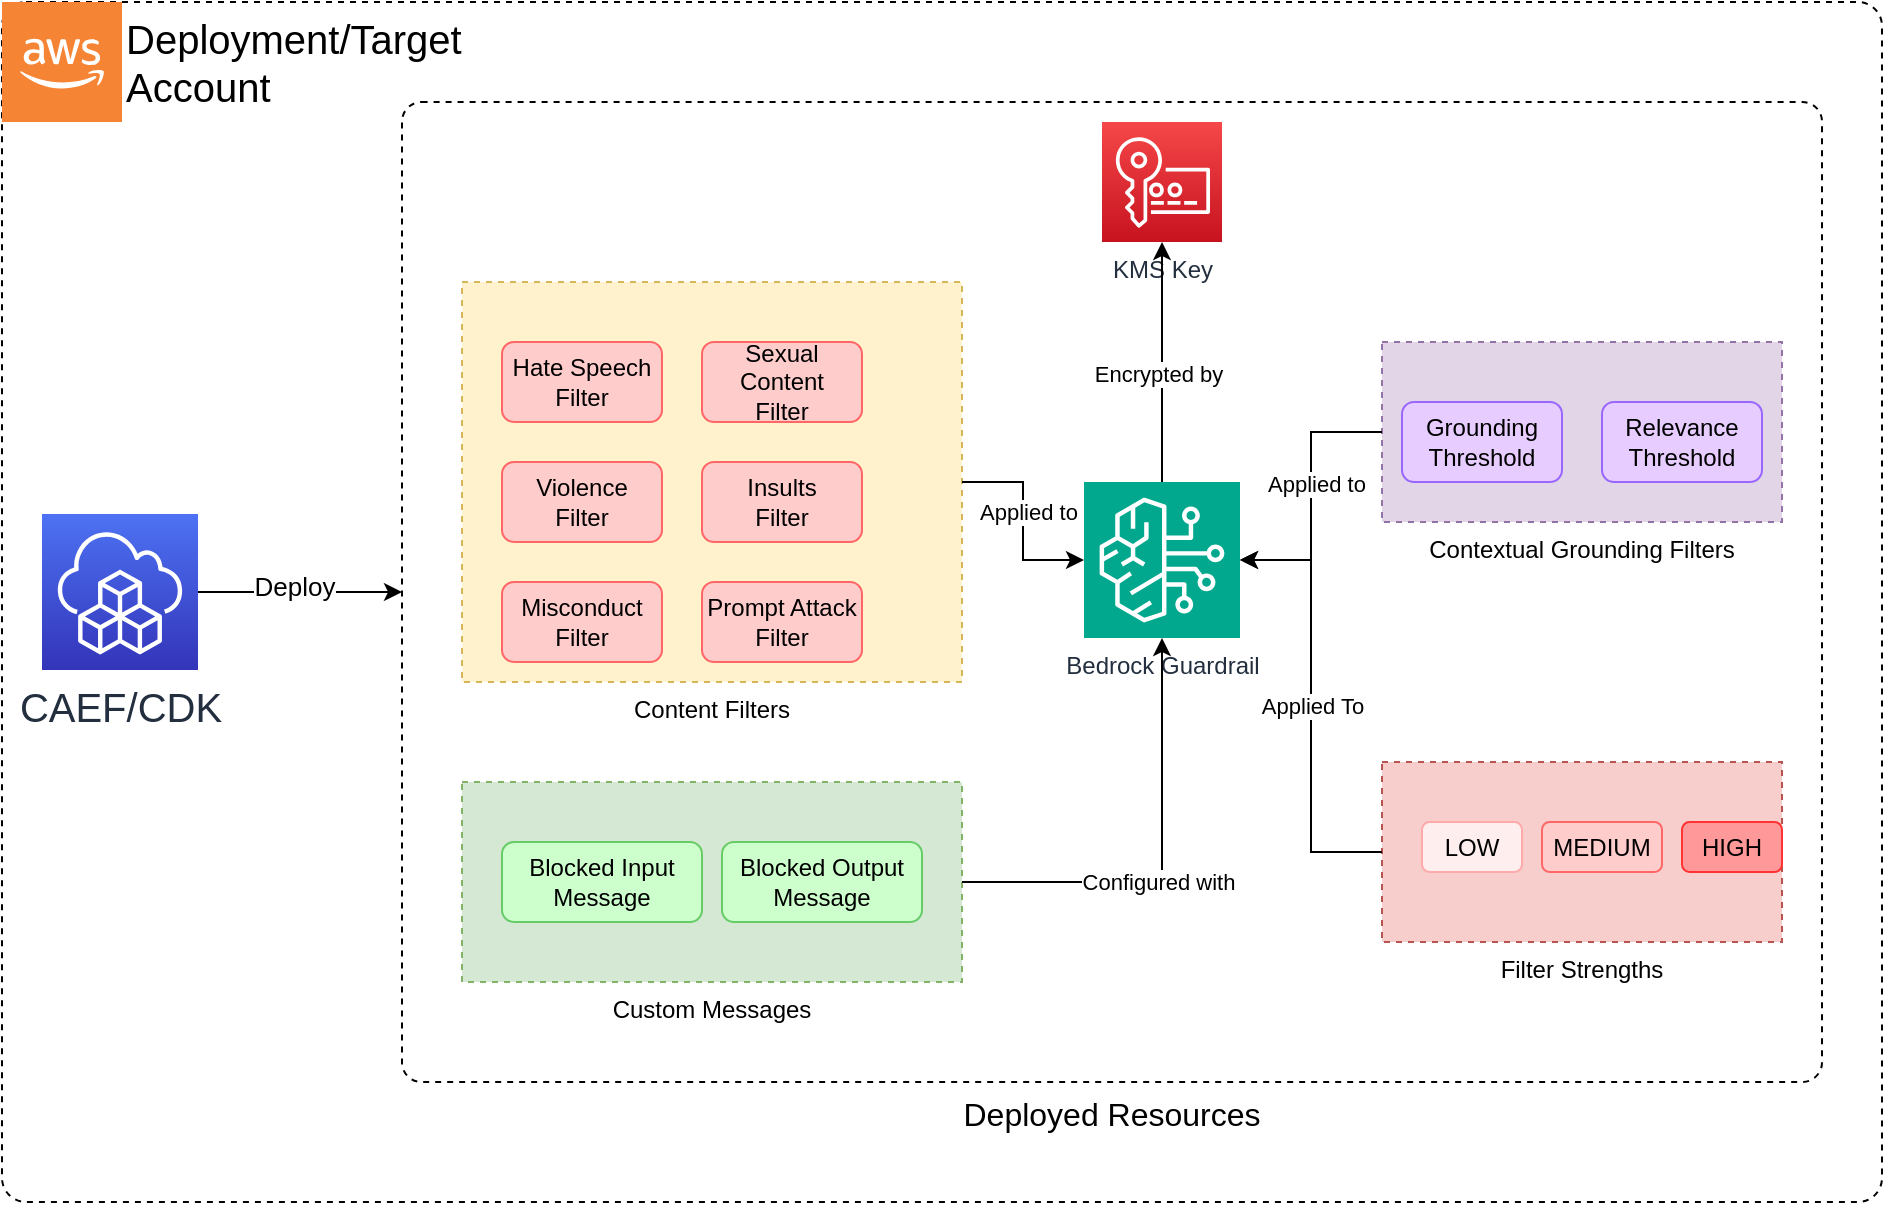
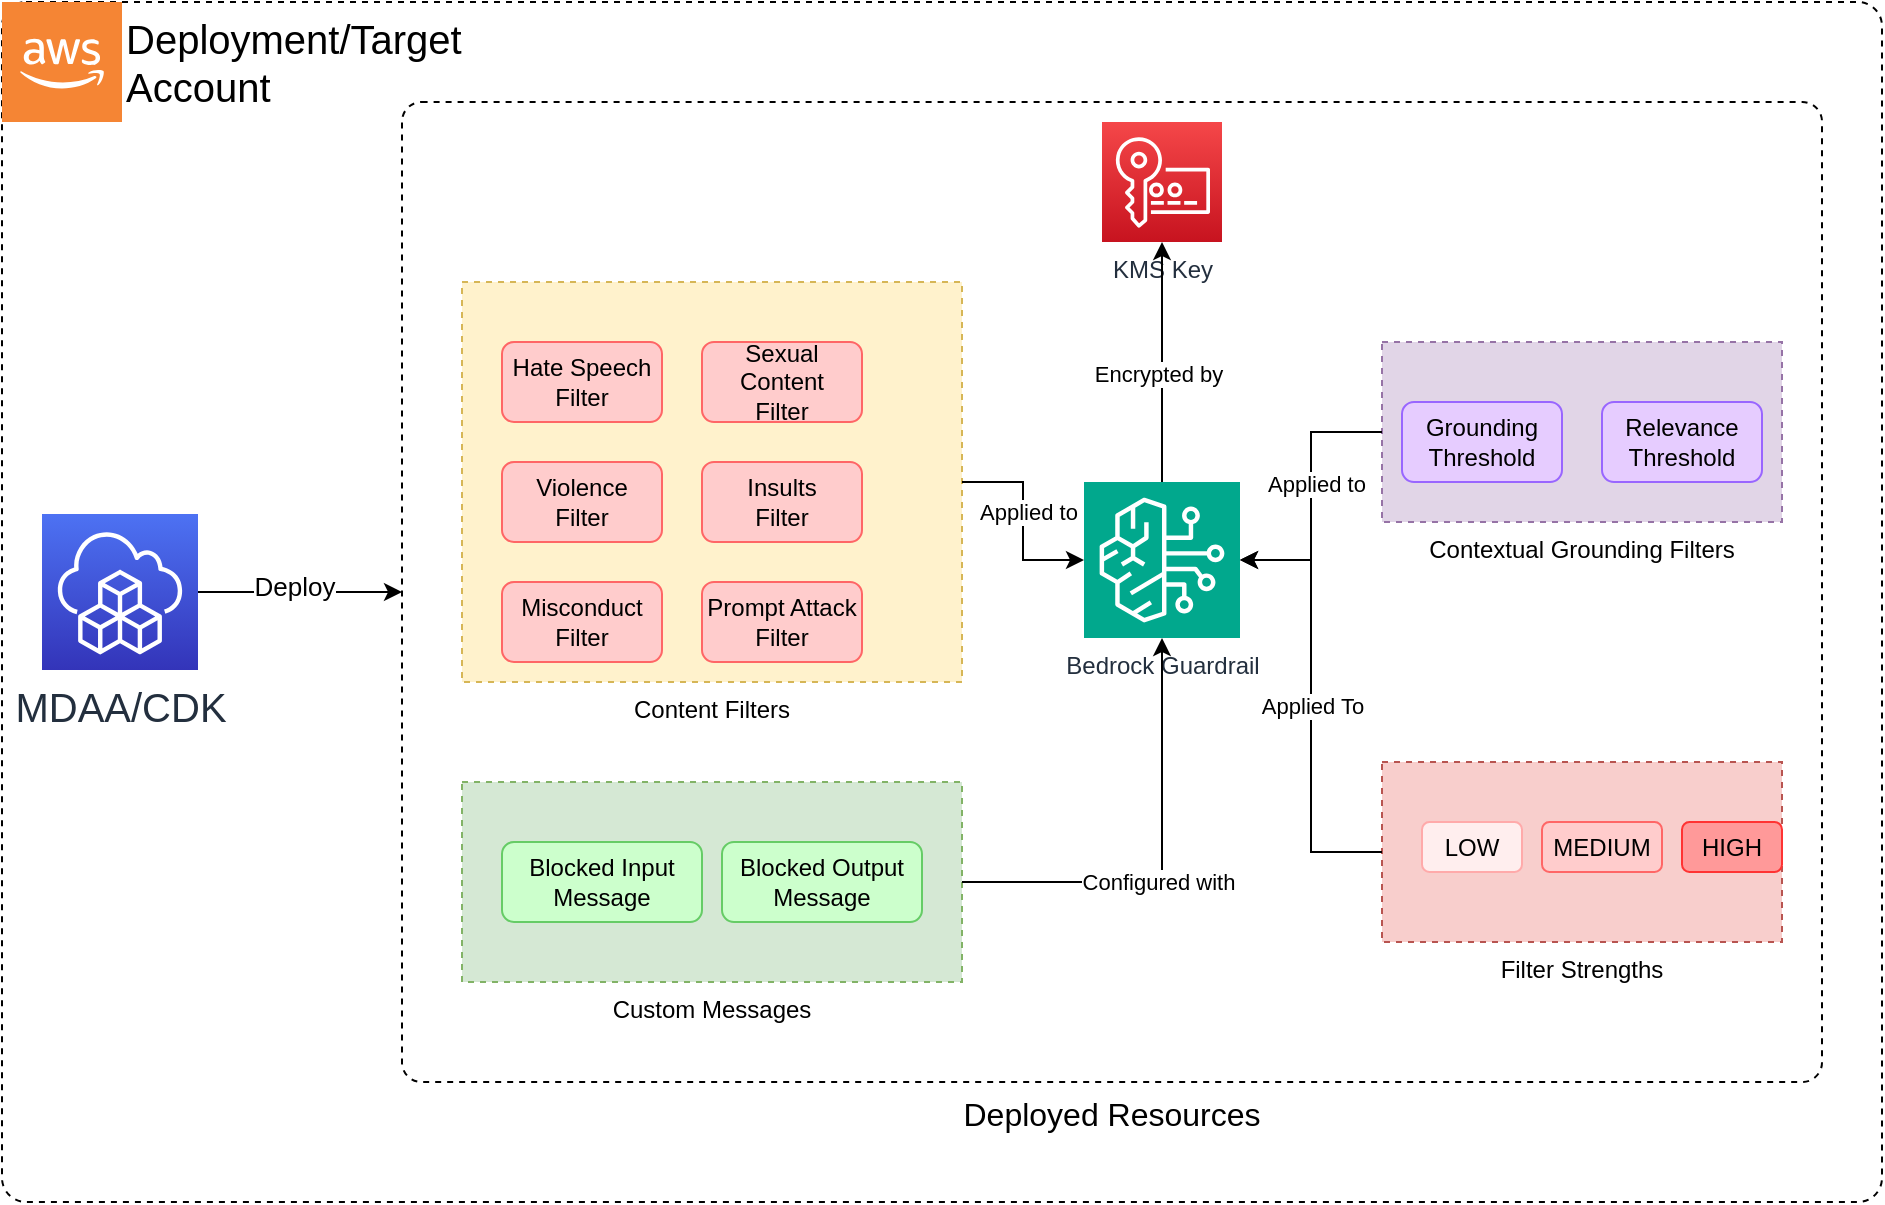
<mxfile host="Electron" agent="Mozilla/5.0 (Macintosh; Intel Mac OS X 10_15_7) AppleWebKit/537.36 (KHTML, like Gecko) draw.io/26.2.15 Chrome/134.0.6998.205 Electron/35.2.1 Safari/537.36" version="26.2.15">
  <diagram name="Page-1" id="bedrock-guardrail-architecture">
    <mxGraphModel dx="1990" dy="1244" grid="1" gridSize="10" guides="1" tooltips="1" connect="1" arrows="1" fold="1" page="1" pageScale="1" pageWidth="1000" pageHeight="700" math="0" shadow="0">
      <root>
        <mxCell id="0" />
        <mxCell id="1" parent="0" />
        <mxCell id="zOa1a7mkVDa6gXanQ5qZ-2" value="" style="rounded=1;whiteSpace=wrap;html=1;fontSize=20;fillColor=none;arcSize=2;dashed=1;" vertex="1" parent="1">
          <mxGeometry x="50" y="60" width="940" height="600" as="geometry" />
        </mxCell>
        <mxCell id="container" value="Deployed Resources" style="rounded=1;whiteSpace=wrap;html=1;fontSize=16;fillColor=none;arcSize=2;dashed=1;labelPosition=center;verticalLabelPosition=bottom;align=center;verticalAlign=top;" parent="1" vertex="1">
          <mxGeometry x="250" y="110" width="710" height="490" as="geometry" />
        </mxCell>
        <mxCell id="guardrail" value="Bedrock Guardrail" style="sketch=0;points=[[0,0,0],[0.25,0,0],[0.5,0,0],[0.75,0,0],[1,0,0],[0,1,0],[0.25,1,0],[0.5,1,0],[0.75,1,0],[1,1,0],[0,0.25,0],[0,0.5,0],[0,0.75,0],[1,0.25,0],[1,0.5,0],[1,0.75,0]];outlineConnect=0;fontColor=#232F3E;fillColor=#01A88D;strokeColor=#ffffff;dashed=0;verticalLabelPosition=bottom;verticalAlign=top;align=center;html=1;fontSize=12;fontStyle=0;aspect=fixed;shape=mxgraph.aws4.resourceIcon;resIcon=mxgraph.aws4.bedrock;" parent="1" vertex="1">
          <mxGeometry x="591" y="300" width="78" height="78" as="geometry" />
        </mxCell>
        <mxCell id="content-filters-container" value="Content Filters" style="rounded=0;whiteSpace=wrap;html=1;labelPosition=center;verticalLabelPosition=bottom;align=center;verticalAlign=top;fillColor=#fff2cc;strokeColor=#d6b656;dashed=1;" parent="1" vertex="1">
          <mxGeometry x="280" y="200" width="250" height="200" as="geometry" />
        </mxCell>
        <mxCell id="hate-filter" value="Hate Speech&#xa;Filter" style="rounded=1;whiteSpace=wrap;html=1;fillColor=#ffcccc;strokeColor=#ff6666;" parent="1" vertex="1">
          <mxGeometry x="300" y="230" width="80" height="40" as="geometry" />
        </mxCell>
        <mxCell id="sexual-filter" value="Sexual Content&#xa;Filter" style="rounded=1;whiteSpace=wrap;html=1;fillColor=#ffcccc;strokeColor=#ff6666;" parent="1" vertex="1">
          <mxGeometry x="400" y="230" width="80" height="40" as="geometry" />
        </mxCell>
        <mxCell id="violence-filter" value="Violence&#xa;Filter" style="rounded=1;whiteSpace=wrap;html=1;fillColor=#ffcccc;strokeColor=#ff6666;" parent="1" vertex="1">
          <mxGeometry x="300" y="290" width="80" height="40" as="geometry" />
        </mxCell>
        <mxCell id="insults-filter" value="Insults&#xa;Filter" style="rounded=1;whiteSpace=wrap;html=1;fillColor=#ffcccc;strokeColor=#ff6666;" parent="1" vertex="1">
          <mxGeometry x="400" y="290" width="80" height="40" as="geometry" />
        </mxCell>
        <mxCell id="misconduct-filter" value="Misconduct&#xa;Filter" style="rounded=1;whiteSpace=wrap;html=1;fillColor=#ffcccc;strokeColor=#ff6666;" parent="1" vertex="1">
          <mxGeometry x="300" y="350" width="80" height="40" as="geometry" />
        </mxCell>
        <mxCell id="prompt-attack-filter" value="Prompt Attack&#xa;Filter" style="rounded=1;whiteSpace=wrap;html=1;fillColor=#ffcccc;strokeColor=#ff6666;" parent="1" vertex="1">
          <mxGeometry x="400" y="350" width="80" height="40" as="geometry" />
        </mxCell>
        <mxCell id="grounding-container" value="Contextual Grounding Filters" style="rounded=0;whiteSpace=wrap;html=1;labelPosition=center;verticalLabelPosition=bottom;align=center;verticalAlign=top;fillColor=#e1d5e7;strokeColor=#9673a6;dashed=1;" parent="1" vertex="1">
          <mxGeometry x="740" y="230" width="200" height="90" as="geometry" />
        </mxCell>
        <mxCell id="grounding-filter" value="Grounding&#xa;Threshold" style="rounded=1;whiteSpace=wrap;html=1;fillColor=#e6ccff;strokeColor=#9966ff;" parent="1" vertex="1">
          <mxGeometry x="750" y="260" width="80" height="40" as="geometry" />
        </mxCell>
        <mxCell id="relevance-filter" value="Relevance&#xa;Threshold" style="rounded=1;whiteSpace=wrap;html=1;fillColor=#e6ccff;strokeColor=#9966ff;" parent="1" vertex="1">
          <mxGeometry x="850" y="260" width="80" height="40" as="geometry" />
        </mxCell>
        <mxCell id="kms" value="KMS Key" style="sketch=0;points=[[0,0,0],[0.25,0,0],[0.5,0,0],[0.75,0,0],[1,0,0],[0,1,0],[0.25,1,0],[0.5,1,0],[0.75,1,0],[1,1,0],[0,0.25,0],[0,0.5,0],[0,0.75,0],[1,0.25,0],[1,0.5,0],[1,0.75,0]];outlineConnect=0;fontColor=#232F3E;gradientColor=#F54749;gradientDirection=north;fillColor=#C7131F;strokeColor=#ffffff;dashed=0;verticalLabelPosition=bottom;verticalAlign=top;align=center;html=1;fontSize=12;fontStyle=0;aspect=fixed;shape=mxgraph.aws4.resourceIcon;resIcon=mxgraph.aws4.key_management_service;" parent="1" vertex="1">
          <mxGeometry x="600" y="120" width="60" height="60" as="geometry" />
        </mxCell>
        <mxCell id="messages-container" value="Custom Messages" style="rounded=0;whiteSpace=wrap;html=1;labelPosition=center;verticalLabelPosition=bottom;align=center;verticalAlign=top;fillColor=#d5e8d4;strokeColor=#82b366;dashed=1;" parent="1" vertex="1">
          <mxGeometry x="280" y="450" width="250" height="100" as="geometry" />
        </mxCell>
        <mxCell id="input-message" value="Blocked Input&#xa;Message" style="rounded=1;whiteSpace=wrap;html=1;fillColor=#ccffcc;strokeColor=#66cc66;" parent="1" vertex="1">
          <mxGeometry x="300" y="480" width="100" height="40" as="geometry" />
        </mxCell>
        <mxCell id="output-message" value="Blocked Output&#xa;Message" style="rounded=1;whiteSpace=wrap;html=1;fillColor=#ccffcc;strokeColor=#66cc66;" parent="1" vertex="1">
          <mxGeometry x="410" y="480" width="100" height="40" as="geometry" />
        </mxCell>
        <mxCell id="legend-container" value="Filter Strengths" style="rounded=0;whiteSpace=wrap;html=1;labelPosition=center;verticalLabelPosition=bottom;align=center;verticalAlign=top;fillColor=#f8cecc;strokeColor=#b85450;dashed=1;" parent="1" vertex="1">
          <mxGeometry x="740" y="440" width="200" height="90" as="geometry" />
        </mxCell>
        <mxCell id="low-strength" value="LOW" style="rounded=1;whiteSpace=wrap;html=1;fillColor=#ffeeee;strokeColor=#ffaaaa;" parent="1" vertex="1">
          <mxGeometry x="760" y="470" width="50" height="25" as="geometry" />
        </mxCell>
        <mxCell id="medium-strength" value="MEDIUM" style="rounded=1;whiteSpace=wrap;html=1;fillColor=#ffcccc;strokeColor=#ff6666;" parent="1" vertex="1">
          <mxGeometry x="820" y="470" width="60" height="25" as="geometry" />
        </mxCell>
        <mxCell id="high-strength" value="HIGH" style="rounded=1;whiteSpace=wrap;html=1;fillColor=#ff9999;strokeColor=#ff3333;" parent="1" vertex="1">
          <mxGeometry x="890" y="470" width="50" height="25" as="geometry" />
        </mxCell>
        <mxCell id="filters-to-guardrail" style="edgeStyle=orthogonalEdgeStyle;rounded=0;orthogonalLoop=1;jettySize=auto;html=1;" parent="1" source="content-filters-container" target="guardrail" edge="1">
          <mxGeometry relative="1" as="geometry" />
        </mxCell>
        <mxCell id="filters-to-guardrail-label" value="Applied to" style="edgeLabel;html=1;align=center;verticalAlign=middle;resizable=0;points=[];" parent="filters-to-guardrail" vertex="1" connectable="0">
          <mxGeometry x="-0.1" y="2" relative="1" as="geometry">
            <mxPoint as="offset" />
          </mxGeometry>
        </mxCell>
        <mxCell id="grounding-to-guardrail" style="edgeStyle=orthogonalEdgeStyle;rounded=0;orthogonalLoop=1;jettySize=auto;html=1;" parent="1" source="grounding-container" target="guardrail" edge="1">
          <mxGeometry relative="1" as="geometry" />
        </mxCell>
        <mxCell id="grounding-to-guardrail-label" value="Applied to" style="edgeLabel;html=1;align=center;verticalAlign=middle;resizable=0;points=[];" parent="grounding-to-guardrail" vertex="1" connectable="0">
          <mxGeometry x="-0.1" y="2" relative="1" as="geometry">
            <mxPoint as="offset" />
          </mxGeometry>
        </mxCell>
        <mxCell id="guardrail-to-kms" style="edgeStyle=orthogonalEdgeStyle;rounded=0;orthogonalLoop=1;jettySize=auto;html=1;" parent="1" source="guardrail" target="kms" edge="1">
          <mxGeometry relative="1" as="geometry" />
        </mxCell>
        <mxCell id="guardrail-to-kms-label" value="Encrypted by" style="edgeLabel;html=1;align=center;verticalAlign=middle;resizable=0;points=[];" parent="guardrail-to-kms" vertex="1" connectable="0">
          <mxGeometry x="-0.1" y="2" relative="1" as="geometry">
            <mxPoint as="offset" />
          </mxGeometry>
        </mxCell>
        <mxCell id="messages-to-guardrail" style="edgeStyle=orthogonalEdgeStyle;rounded=0;orthogonalLoop=1;jettySize=auto;html=1;" parent="1" source="messages-container" target="guardrail" edge="1">
          <mxGeometry relative="1" as="geometry" />
        </mxCell>
        <mxCell id="messages-to-guardrail-label" value="Configured with" style="edgeLabel;html=1;align=center;verticalAlign=middle;resizable=0;points=[];" parent="messages-to-guardrail" vertex="1" connectable="0">
          <mxGeometry x="-0.1" y="2" relative="1" as="geometry">
            <mxPoint as="offset" />
          </mxGeometry>
        </mxCell>
        <mxCell id="zOa1a7mkVDa6gXanQ5qZ-1" value="Deployment/Target&lt;br style=&quot;font-size: 20px;&quot;&gt;Account" style="outlineConnect=0;dashed=0;verticalLabelPosition=middle;verticalAlign=middle;align=left;html=1;shape=mxgraph.aws3.cloud_2;fillColor=#F58534;gradientColor=none;labelPosition=right;fontSize=20;" vertex="1" parent="1">
          <mxGeometry x="50" y="60" width="60" height="60" as="geometry" />
        </mxCell>
        <mxCell id="zOa1a7mkVDa6gXanQ5qZ-3" value="Applied To" style="edgeStyle=orthogonalEdgeStyle;rounded=0;orthogonalLoop=1;jettySize=auto;html=1;entryX=1;entryY=0.5;entryDx=0;entryDy=0;entryPerimeter=0;" edge="1" parent="1" source="legend-container" target="guardrail">
          <mxGeometry relative="1" as="geometry" />
        </mxCell>
        <mxCell id="zOa1a7mkVDa6gXanQ5qZ-5" style="edgeStyle=orthogonalEdgeStyle;rounded=0;orthogonalLoop=1;jettySize=auto;html=1;entryX=0;entryY=0.5;entryDx=0;entryDy=0;" edge="1" parent="1" source="zOa1a7mkVDa6gXanQ5qZ-4" target="container">
          <mxGeometry relative="1" as="geometry" />
        </mxCell>
        <mxCell id="zOa1a7mkVDa6gXanQ5qZ-6" value="Deploy" style="edgeLabel;html=1;align=center;verticalAlign=middle;resizable=0;points=[];fontSize=13;" vertex="1" connectable="0" parent="zOa1a7mkVDa6gXanQ5qZ-5">
          <mxGeometry x="-0.0588" y="3" relative="1" as="geometry">
            <mxPoint as="offset" />
          </mxGeometry>
        </mxCell>
-         <mxCell id="zOa1a7mkVDa6gXanQ5qZ-4" value="CAEF/CDK" style="sketch=0;points=[[0,0,0],[0.25,0,0],[0.5,0,0],[0.75,0,0],[1,0,0],[0,1,0],[0.25,1,0],[0.5,1,0],[0.75,1,0],[1,1,0],[0,0.25,0],[0,0.5,0],[0,0.75,0],[1,0.25,0],[1,0.5,0],[1,0.75,0]];outlineConnect=0;fontColor=#232F3E;gradientColor=#4D72F3;gradientDirection=north;fillColor=#3334B9;strokeColor=#ffffff;dashed=0;verticalLabelPosition=bottom;verticalAlign=top;align=center;html=1;fontSize=20;fontStyle=0;aspect=fixed;shape=mxgraph.aws4.resourceIcon;resIcon=mxgraph.aws4.cloud_development_kit;" vertex="1" parent="1">
+         <mxCell id="zOa1a7mkVDa6gXanQ5qZ-4" value="MDAA/CDK" style="sketch=0;points=[[0,0,0],[0.25,0,0],[0.5,0,0],[0.75,0,0],[1,0,0],[0,1,0],[0.25,1,0],[0.5,1,0],[0.75,1,0],[1,1,0],[0,0.25,0],[0,0.5,0],[0,0.75,0],[1,0.25,0],[1,0.5,0],[1,0.75,0]];outlineConnect=0;fontColor=#232F3E;gradientColor=#4D72F3;gradientDirection=north;fillColor=#3334B9;strokeColor=#ffffff;dashed=0;verticalLabelPosition=bottom;verticalAlign=top;align=center;html=1;fontSize=20;fontStyle=0;aspect=fixed;shape=mxgraph.aws4.resourceIcon;resIcon=mxgraph.aws4.cloud_development_kit;" vertex="1" parent="1">
          <mxGeometry x="70" y="316" width="78" height="78" as="geometry" />
        </mxCell>
      </root>
    </mxGraphModel>
  </diagram>
</mxfile>
